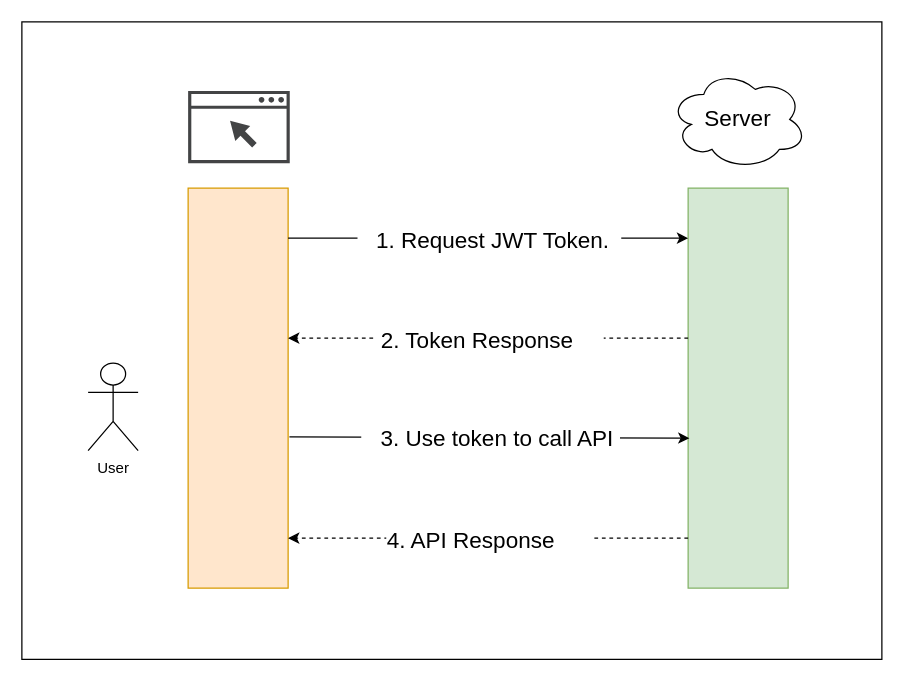
Earlier version of the draw.io diagram Diagram/Untitled Diagram.drawio (phuongdp-tech/phuongdp). Source tidied: cells renumbered, new cells numbered last; positions are measured from the earlier drawing's top-left corner, leaving out a move shared by most shapes. Both pictures are drawn from the tidied source at 125%, with x=0, y=0 at pixel (21, 21).
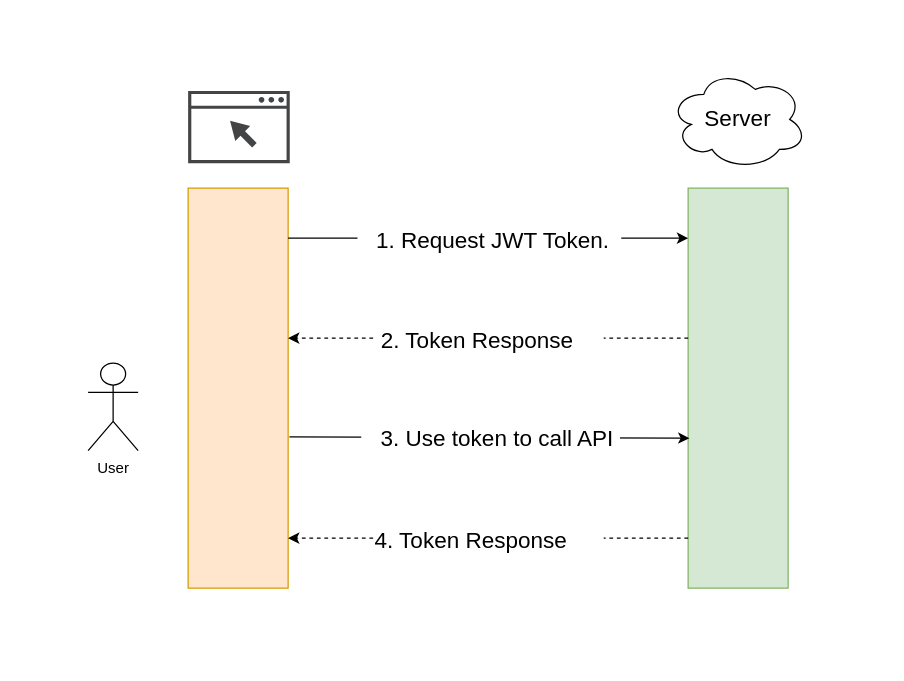
The same page after the edit.

The change refers to these unchanged cells:
```xml
<mxCell id="14" style="endArrow=classic;html=1;rounded=0;fontSize=18;dashed=1;" parent="1" edge="1">
  <mxGeometry relative="1" as="geometry">
    <mxPoint x="533" y="413" as="sourcePoint" />
    <mxPoint x="213" y="413" as="targetPoint" />
  </mxGeometry>
</mxCell>
```

The edit, as a diff of the source:
```diff
@@
-    <mxCell id="2" style="rounded=0;whiteSpace=wrap;html=1;fontSize=18;" parent="1" vertex="1">
-      <mxGeometry width="688" height="510" as="geometry" />
-    </mxCell>
@@
-    <mxCell id="15" value="4. API Response&amp;nbsp; &amp;nbsp; &amp;nbsp;&amp;nbsp;" style="edgeLabel;html=1;align=center;verticalAlign=middle;fontSize=18;gradientColor=none;" parent="14" vertex="1">
+    <mxCell id="15" value="4. Token Response&amp;nbsp; &amp;nbsp; &amp;nbsp;&amp;nbsp;" style="edgeLabel;html=1;align=center;verticalAlign=middle;fontSize=18;gradientColor=none;" parent="14" vertex="1">
       <mxGeometry relative="1" as="geometry">
         <mxPoint y="1" as="offset" />
       </mxGeometry>
     </mxCell>
```
